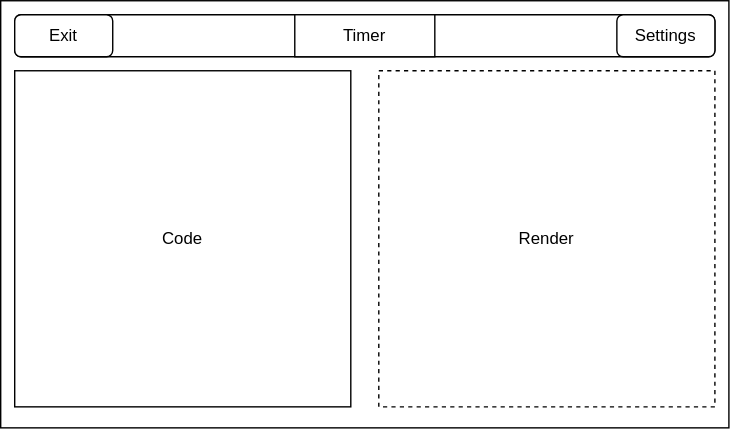
Earlier version of the draw.io export docs/wireframes/game_screen.svg (cse110-sp26-group23/cse110-sp26-group23). Source tidied: cells renumbered, new cells last; positions are measured from the earlier drawing's top-left corner, leaving out a move shared by most shapes.
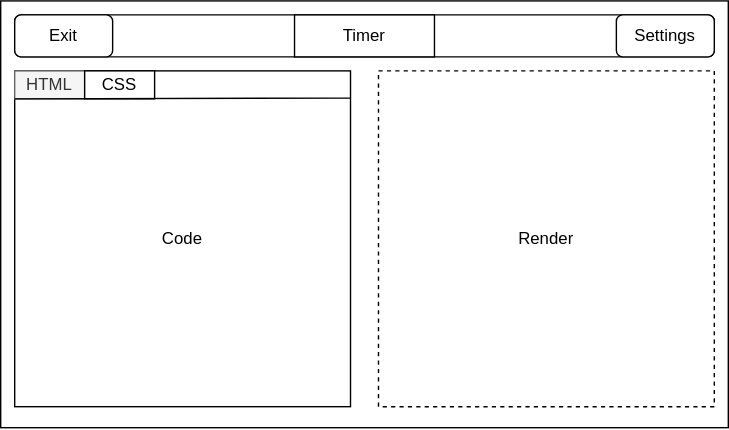
Later version of the same file.

What changed in the source:
```diff
@@ -23,5 +23,14 @@
     <mxCell id="8" style="rounded=0;whiteSpace=wrap;html=1;fillColor=none;" parent="1" vertex="1">
       <mxGeometry width="520" height="305" as="geometry" />
     </mxCell>
+    <mxCell id="9" value="HTML" style="rounded=0;whiteSpace=wrap;html=1;fillColor=#f5f5f5;fontColor=#333333;strokeColor=#666666;" parent="1" vertex="1">
+      <mxGeometry x="10" y="50" width="50" height="20" as="geometry" />
+    </mxCell>
+    <mxCell id="10" value="CSS" style="rounded=0;whiteSpace=wrap;html=1;" parent="1" vertex="1">
+      <mxGeometry x="60" y="50" width="50" height="20" as="geometry" />
+    </mxCell>
+    <mxCell id="11" style="endArrow=none;html=1;entryX=0;entryY=1;entryDx=0;entryDy=0;exitX=1;exitY=0.081;exitDx=0;exitDy=0;exitPerimeter=0;" parent="1" edge="1" source="6" target="9">
+      <mxGeometry relative="1" as="geometry" />
+    </mxCell>
   </root>
 </mxGraphModel>
```
